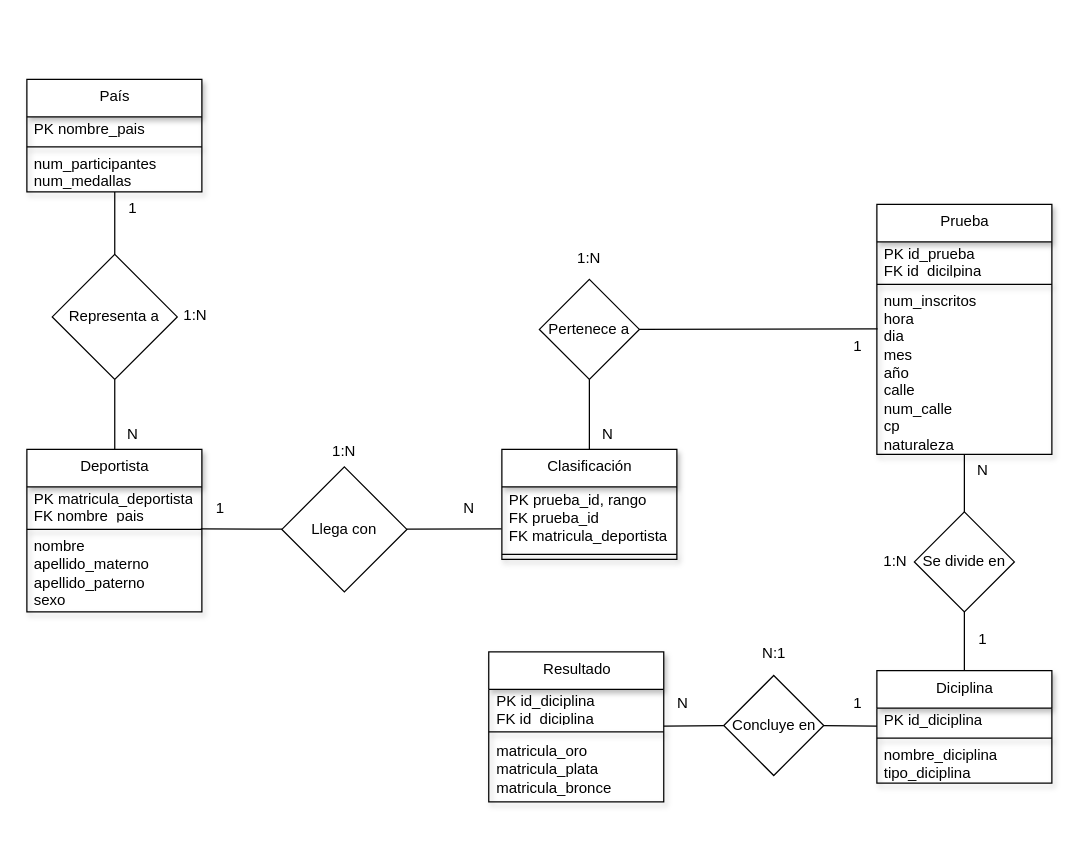
Before: BasesDeDatos/EjerciciosModelacionBaseDeDatos/DiagramaNormalizado.drawio in A01352283/ConstruccionDeSoftwareYTomaDeDecisiones, a draw.io diagram. Source tidied: cells renumbered, new cells numbered last; positions are measured from the earlier drawing's top-left corner, leaving out a move shared by most shapes. Both pictures are drawn from the tidied source at 125%, with x=0, y=0 at pixel (26, 79).
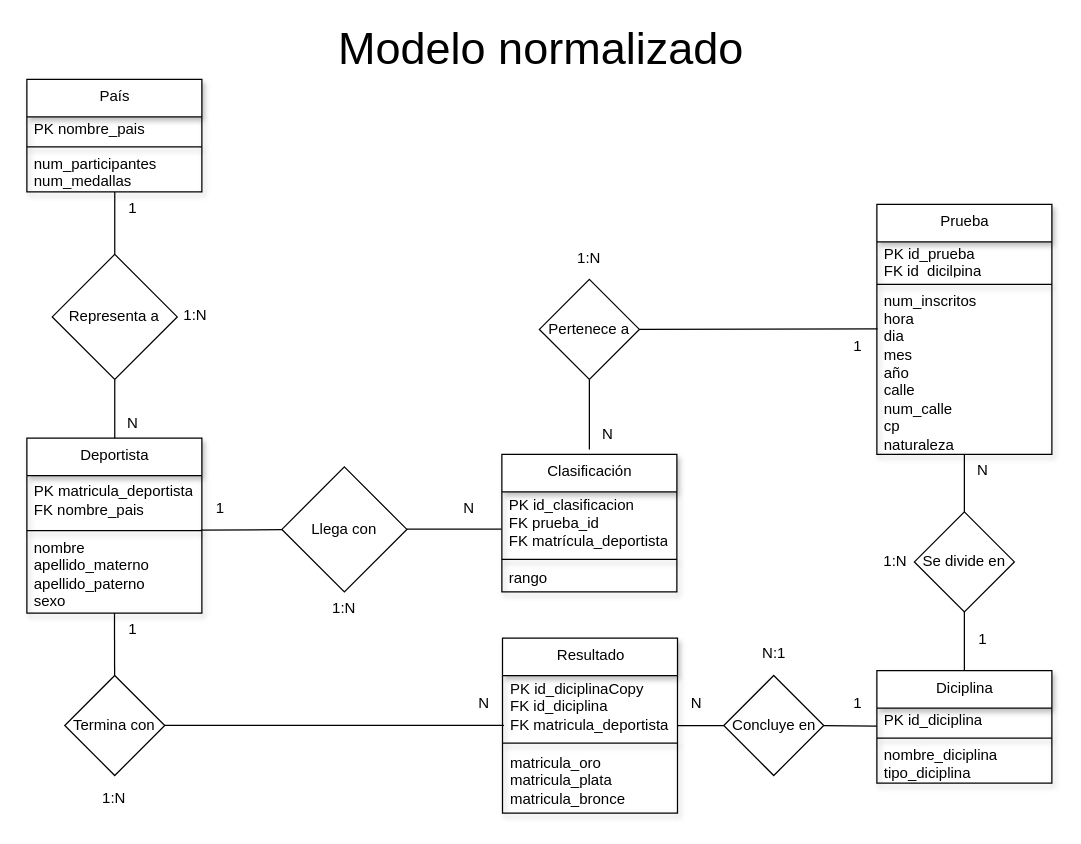
The same page after the edit.

Commit message (it also covers changes not shown here):
Corrige el diagrama normalizado

Unchanged cells that the change refers to:
```xml
<mxCell id="18" value="Llega con" style="rhombus;whiteSpace=wrap;html=1;" parent="1" vertex="1">
  <mxGeometry x="204" y="310" width="100" height="100" as="geometry" />
</mxCell>
<mxCell id="41" value="Pertenece a" style="rhombus;whiteSpace=wrap;html=1;" parent="1" vertex="1">
  <mxGeometry x="410" y="160" width="80" height="80" as="geometry" />
</mxCell>
```

What changed in the source:
```diff
@@
     <mxCell id="11" value="N" style="text;html=1;strokeColor=none;fillColor=none;align=center;verticalAlign=middle;whiteSpace=wrap;rounded=0;" parent="1" vertex="1">
-      <mxGeometry x="70.3" y="271" width="30" height="25" as="geometry" />
+      <mxGeometry x="70.3" y="262" width="30" height="25" as="geometry" />
     </mxCell>
     <mxCell id="12" value="Deportista" style="swimlane;fontStyle=0;align=center;verticalAlign=top;horizontal=1;startSize=30;html=1;shadow=1;" parent="1" vertex="1">
-      <mxGeometry y="296" width="140" height="130" as="geometry" />
+      <mxGeometry y="287" width="140" height="140" as="geometry" />
     </mxCell>
     <mxCell id="13" value="PK matricula_deportista&lt;br&gt;FK nombre_pais" style="text;html=1;strokeColor=none;fillColor=none;align=left;verticalAlign=middle;spacingLeft=4;spacingRight=4;overflow=hidden;shadow=1;" parent="12" vertex="1">
-      <mxGeometry y="30" width="140" height="30" as="geometry" />
+      <mxGeometry y="30" width="140" height="40" as="geometry" />
     </mxCell>
     <mxCell id="14" style="line;strokeWidth=1;fillColor=none;align=left;verticalAlign=middle;spacingTop=-1;spacingLeft=3;spacingRight=3;labelPosition=right;points=[];portConstraint=eastwest;shadow=1;" parent="12" vertex="1">
-      <mxGeometry y="60" width="140" height="8" as="geometry" />
+      <mxGeometry y="70" width="140" height="8" as="geometry" />
     </mxCell>
     <mxCell id="15" value="nombre&lt;br&gt;apellido_materno&lt;br&gt;apellido_paterno&lt;br&gt;sexo" style="text;html=1;strokeColor=none;fillColor=none;align=left;verticalAlign=middle;spacingLeft=4;spacingRight=4;overflow=hidden;points=[[0,0.5],[1,0.5]];portConstraint=eastwest;shadow=1;" parent="12" vertex="1">
-      <mxGeometry y="68" width="140" height="62" as="geometry" />
+      <mxGeometry y="78" width="140" height="62" as="geometry" />
     </mxCell>
@@
-    <mxCell id="17" style="edgeStyle=none;html=1;entryX=-0.002;entryY=0.673;entryDx=0;entryDy=0;entryPerimeter=0;endArrow=none;endFill=0;" parent="1" edge="1" source="18" target="23">
-      <mxGeometry relative="1" as="geometry" />
+    <mxCell id="17" style="edgeStyle=none;html=1;entryX=-0.002;entryY=0.673;entryDx=0;entryDy=0;entryPerimeter=0;endArrow=none;endFill=0;" parent="1" edge="1" source="18">
+      <mxGeometry relative="1" as="geometry">
+        <mxPoint x="379.7" y="359.7" as="targetPoint" />
+      </mxGeometry>
     </mxCell>
@@
     <mxCell id="19" value="1:N" style="text;html=1;strokeColor=none;fillColor=none;align=center;verticalAlign=middle;whiteSpace=wrap;rounded=0;" parent="1" vertex="1">
-      <mxGeometry x="239" y="285" width="30" height="25" as="geometry" />
+      <mxGeometry x="239" y="410" width="30" height="25" as="geometry" />
     </mxCell>
@@
-    <mxCell id="22" value="Clasificación" style="swimlane;fontStyle=0;align=center;verticalAlign=top;horizontal=1;startSize=30;html=1;shadow=1;" parent="1" vertex="1">
-      <mxGeometry x="380" y="296" width="140" height="88" as="geometry" />
-    </mxCell>
-    <mxCell id="23" value="PK prueba_id, rango&lt;br&gt;FK prueba_id&lt;br&gt;FK matricula_deportista" style="text;html=1;strokeColor=none;fillColor=none;align=left;verticalAlign=middle;spacingLeft=4;spacingRight=4;overflow=hidden;points=[[0,0.5],[1,0.5]];portConstraint=eastwest;shadow=1;" parent="22" vertex="1">
-      <mxGeometry y="30" width="140" height="50" as="geometry" />
-    </mxCell>
-    <mxCell id="24" style="line;strokeWidth=1;fillColor=none;align=left;verticalAlign=middle;spacingTop=-1;spacingLeft=3;spacingRight=3;labelPosition=right;shadow=1;" parent="22" vertex="1">
-      <mxGeometry y="80" width="140" height="8" as="geometry" />
-    </mxCell>
@@
     <mxCell id="35" value="Resultado" style="swimlane;fontStyle=0;align=center;verticalAlign=top;horizontal=1;startSize=30;html=1;shadow=1;" parent="1" vertex="1">
-      <mxGeometry x="369.5" y="458" width="140" height="120" as="geometry" />
+      <mxGeometry x="380.5" y="447" width="140" height="140" as="geometry" />
     </mxCell>
-    <mxCell id="36" value="PK id_diciplina&lt;br&gt;FK id_diciplina" style="text;html=1;strokeColor=none;fillColor=none;align=left;verticalAlign=middle;spacingLeft=4;spacingRight=4;overflow=hidden;points=[[0,0.5],[1,0.5]];portConstraint=eastwest;shadow=1;" parent="35" vertex="1">
-      <mxGeometry y="30" width="140" height="30" as="geometry" />
+    <mxCell id="36" value="PK id_diciplinaCopy&lt;br&gt;FK id_diciplina&lt;br&gt;FK matricula_deportista" style="text;html=1;strokeColor=none;fillColor=none;align=left;verticalAlign=middle;spacingLeft=4;spacingRight=4;overflow=hidden;points=[[0,0.5],[1,0.5]];portConstraint=eastwest;shadow=1;" parent="35" vertex="1">
+      <mxGeometry y="30" width="140" height="50" as="geometry" />
     </mxCell>
     <mxCell id="37" style="line;strokeWidth=1;fillColor=none;align=left;verticalAlign=middle;spacingTop=-1;spacingLeft=3;spacingRight=3;labelPosition=right;shadow=1;" parent="35" vertex="1">
-      <mxGeometry y="60" width="140" height="8" as="geometry" />
+      <mxGeometry y="80" width="140" height="8" as="geometry" />
     </mxCell>
     <mxCell id="38" value="matricula_oro&lt;br&gt;matricula_plata&lt;br&gt;matricula_bronce" style="text;html=1;strokeColor=none;fillColor=none;align=left;verticalAlign=middle;spacingLeft=4;spacingRight=4;overflow=hidden;shadow=1;" parent="35" vertex="1">
-      <mxGeometry y="68" width="140" height="52" as="geometry" />
+      <mxGeometry y="88" width="140" height="52" as="geometry" />
     </mxCell>
-    <mxCell id="39" style="edgeStyle=none;html=1;entryX=0.5;entryY=0;entryDx=0;entryDy=0;endArrow=none;endFill=0;" parent="1" edge="1" source="41" target="22">
-      <mxGeometry relative="1" as="geometry" />
+    <mxCell id="39" style="edgeStyle=none;html=1;entryX=0.5;entryY=0;entryDx=0;entryDy=0;endArrow=none;endFill=0;" parent="1" edge="1" source="41">
+      <mxGeometry relative="1" as="geometry">
+        <mxPoint x="450" y="296" as="targetPoint" />
+      </mxGeometry>
     </mxCell>
@@
     <mxCell id="53" value="N" style="text;html=1;strokeColor=none;fillColor=none;align=center;verticalAlign=middle;whiteSpace=wrap;rounded=0;" parent="1" vertex="1">
-      <mxGeometry x="509.5" y="486.9" width="30" height="25" as="geometry" />
+      <mxGeometry x="520.5" y="486.9" width="30" height="25" as="geometry" />
     </mxCell>
@@
+    <mxCell id="55" value="&lt;font style=&quot;font-size: 36px&quot;&gt;Modelo normalizado&lt;/font&gt;" style="text;html=1;align=center;verticalAlign=middle;strokeColor=none;fillColor=none;" parent="1" vertex="1">
+      <mxGeometry x="241" y="-40" width="340" height="30" as="geometry" />
+    </mxCell>
+    <mxCell id="56" style="edgeStyle=none;html=1;endArrow=none;endFill=0;" parent="1" edge="1" source="58" target="15">
+      <mxGeometry relative="1" as="geometry" />
+    </mxCell>
+    <mxCell id="57" style="edgeStyle=none;html=1;endArrow=none;endFill=0;entryX=0.008;entryY=0.797;entryDx=0;entryDy=0;entryPerimeter=0;" parent="1" edge="1" source="58" target="36">
+      <mxGeometry relative="1" as="geometry" />
+    </mxCell>
+    <mxCell id="58" value="Termina con" style="rhombus;whiteSpace=wrap;html=1;" parent="1" vertex="1">
+      <mxGeometry x="30.3" y="476.9" width="80" height="80" as="geometry" />
+    </mxCell>
+    <mxCell id="59" value="1:N" style="text;html=1;strokeColor=none;fillColor=none;align=center;verticalAlign=middle;whiteSpace=wrap;rounded=0;" parent="1" vertex="1">
+      <mxGeometry x="55" y="562" width="30" height="25" as="geometry" />
+    </mxCell>
+    <mxCell id="60" value="1" style="text;html=1;strokeColor=none;fillColor=none;align=center;verticalAlign=middle;whiteSpace=wrap;rounded=0;" parent="1" vertex="1">
+      <mxGeometry x="70.3" y="427" width="30" height="25" as="geometry" />
+    </mxCell>
+    <mxCell id="61" value="N" style="text;html=1;strokeColor=none;fillColor=none;align=center;verticalAlign=middle;whiteSpace=wrap;rounded=0;" parent="1" vertex="1">
+      <mxGeometry x="350.5" y="486.9" width="30" height="25" as="geometry" />
+    </mxCell>
+    <mxCell id="22" value="Clasificación" style="swimlane;fontStyle=0;align=center;verticalAlign=top;horizontal=1;startSize=30;html=1;shadow=1;" parent="1" vertex="1">
+      <mxGeometry x="380" y="300" width="140" height="110" as="geometry" />
+    </mxCell>
+    <mxCell id="62" value="PK id_clasificacion&lt;br&gt;FK prueba_id&lt;br&gt;FK matrícula_deportista" style="text;html=1;strokeColor=none;fillColor=none;align=left;verticalAlign=middle;spacingLeft=4;spacingRight=4;overflow=hidden;shadow=1;" parent="22" vertex="1">
+      <mxGeometry y="30" width="140" height="50" as="geometry" />
+    </mxCell>
+    <mxCell id="24" style="line;strokeWidth=1;fillColor=none;align=left;verticalAlign=middle;spacingTop=-1;spacingLeft=3;spacingRight=3;labelPosition=right;shadow=1;" parent="22" vertex="1">
+      <mxGeometry y="80" width="140" height="8" as="geometry" />
+    </mxCell>
+    <mxCell id="63" value="rango" style="text;html=1;strokeColor=none;fillColor=none;align=left;verticalAlign=middle;spacingLeft=4;spacingRight=4;overflow=hidden;shadow=1;" parent="22" vertex="1">
+      <mxGeometry y="88" width="140" height="22" as="geometry" />
+    </mxCell>
```
